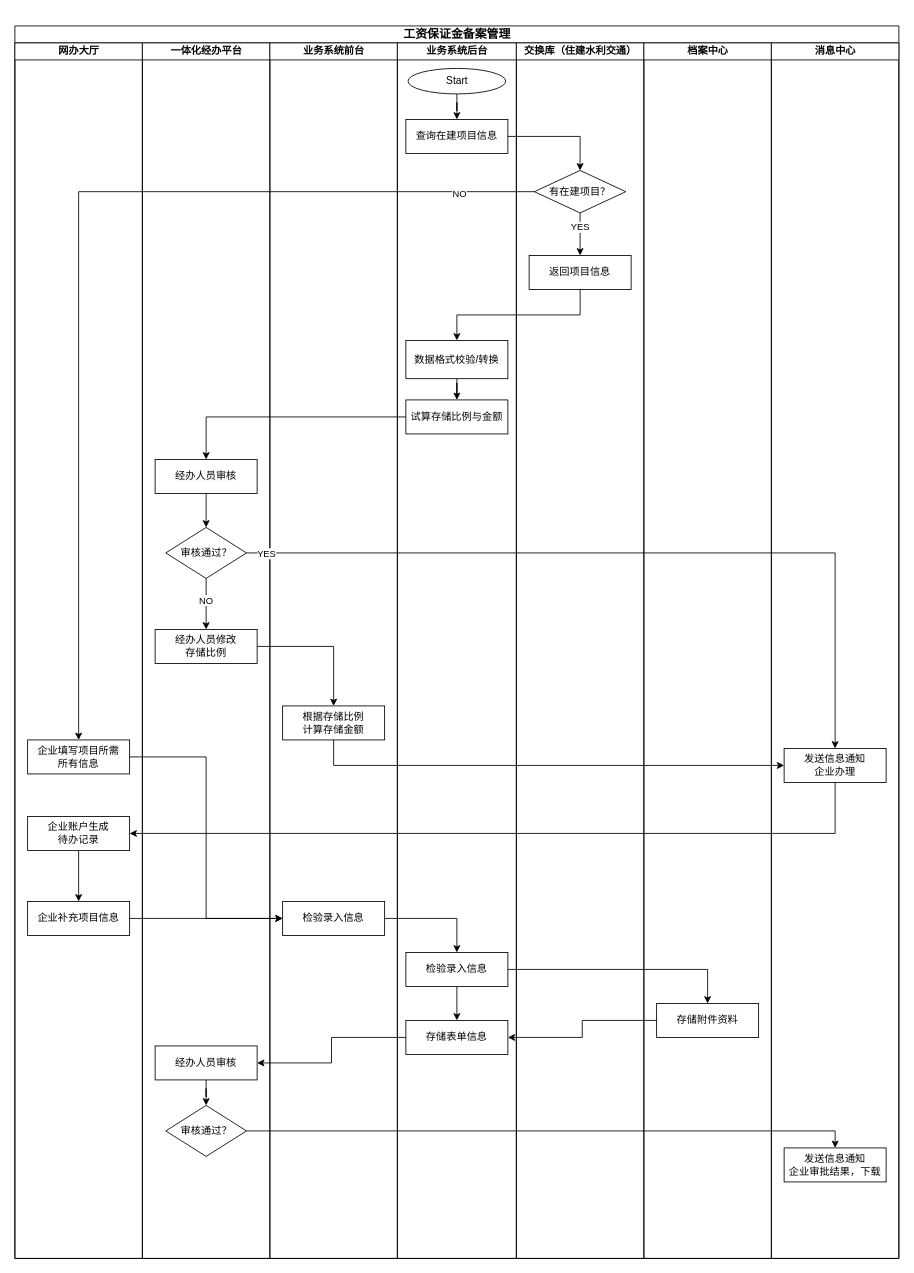
Above: 农民工工资保证金.drawio in coderjbin/drawio (draw.io), before the change. Source tidied: cells renumbered, new cells numbered last; positions are measured from the earlier drawing's top-left corner, leaving out a move shared by most shapes. Both pictures are drawn from the tidied source at 85%, with x=0, y=0 at pixel (14, 26).
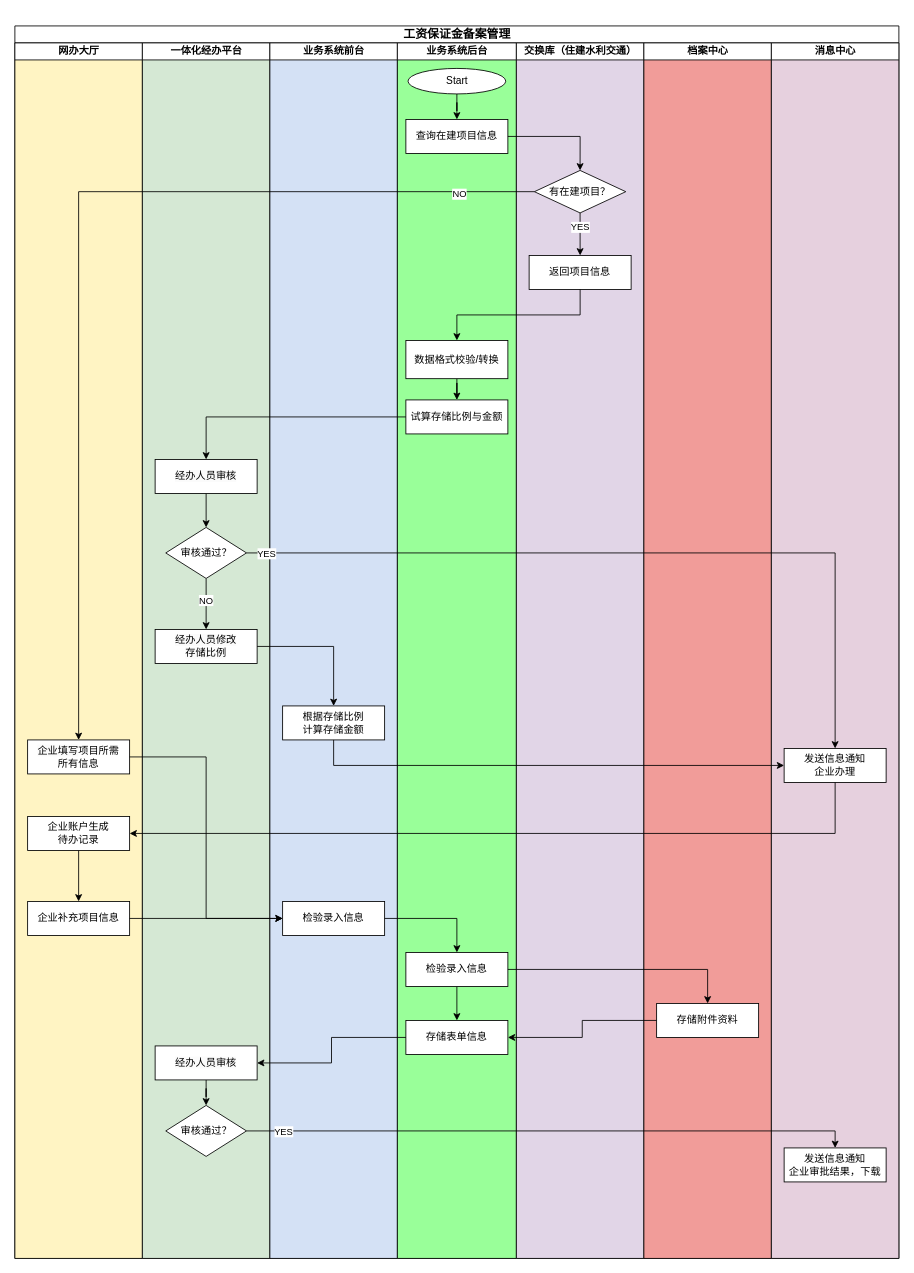
The same diagram, later.

Commit message:
更新农民工工资保证金.drawio

The change refers to these unchanged cells:
```xml
<mxCell id="60" style="edgeStyle=orthogonalEdgeStyle;rounded=0;jettySize=auto;html=1;entryX=0.5;entryY=0;entryDx=0;entryDy=0;" parent="2" edge="1" source="20" target="43">
  <mxGeometry relative="1" as="geometry" />
</mxCell>
```

The edit, as a diff of the source:
```diff
@@
-    <mxCell id="2" value="&lt;h3&gt;&lt;p class=&quot;MsoNormal&quot;&gt;&lt;span style=&quot;mso-spacerun:'yes';font-family:宋体;mso-ascii-font-family:Calibri;&lt;br/&gt;mso-hansi-font-family:Calibri;mso-bidi-font-family:'Times New Roman';font-size:10.5000pt;&lt;br/&gt;mso-font-kerning:1.0000pt;&quot;&gt;工资保证金备案管理&lt;/span&gt;&lt;/p&gt;&lt;/h3&gt;" style="swimlane;startSize=20;html=1;" parent="1" vertex="1">
+    <mxCell id="2" value="&lt;h3&gt;&lt;p class=&quot;MsoNormal&quot;&gt;&lt;span style=&quot;mso-spacerun:'yes';font-family:宋体;mso-ascii-font-family:Calibri;&lt;br/&gt;mso-hansi-font-family:Calibri;mso-bidi-font-family:'Times New Roman';font-size:10.5000pt;&lt;br/&gt;mso-font-kerning:1.0000pt;&quot;&gt;工资保证金备案管理&lt;/span&gt;&lt;/p&gt;&lt;/h3&gt;" style="swimlane;startSize=20;html=1;swimlaneFillColor=default;" parent="1" vertex="1">
       <mxGeometry width="1040" height="1450" as="geometry" />
     </mxCell>
-    <mxCell id="3" value="网办大厅" style="swimlane;startSize=20;html=1;" parent="2" vertex="1">
+    <mxCell id="3" value="网办大厅" style="swimlane;startSize=20;html=1;swimlaneFillColor=#FFF4C3;" parent="2" vertex="1">
       <mxGeometry y="20" width="150" height="1430" as="geometry" />
     </mxCell>
@@
-    <mxCell id="11" value="一体化经办平台" style="swimlane;startSize=20;html=1;" parent="2" vertex="1">
+    <mxCell id="11" value="一体化经办平台" style="swimlane;startSize=20;html=1;swimlaneFillColor=#D5E8D4;" parent="2" vertex="1">
       <mxGeometry x="150" y="20" width="150" height="1430" as="geometry" />
     </mxCell>
@@
-    <mxCell id="21" value="业务系统前台" style="swimlane;startSize=20;html=1;" parent="2" vertex="1">
+    <mxCell id="21" value="业务系统前台" style="swimlane;startSize=20;html=1;swimlaneFillColor=#D4E1F5;" parent="2" vertex="1">
       <mxGeometry x="300" y="20" width="150" height="1430" as="geometry" />
     </mxCell>
@@
-    <mxCell id="24" value="业务系统后台" style="swimlane;startSize=20;html=1;" parent="2" vertex="1">
+    <mxCell id="24" value="业务系统后台" style="swimlane;startSize=20;html=1;swimlaneFillColor=#99FF99;" parent="2" vertex="1">
       <mxGeometry x="450" y="20" width="140" height="1430" as="geometry" />
     </mxCell>
@@
-    <mxCell id="34" value="交换库（住建水利交通）" style="swimlane;startSize=20;html=1;" parent="2" vertex="1">
+    <mxCell id="34" value="交换库（住建水利交通）" style="swimlane;startSize=20;html=1;swimlaneFillColor=#E1D5E7;" parent="2" vertex="1">
       <mxGeometry x="590" y="20" width="150" height="1430" as="geometry" />
     </mxCell>
@@
-    <mxCell id="39" value="档案中心" style="swimlane;startSize=20;html=1;" parent="2" vertex="1">
+    <mxCell id="39" value="档案中心" style="swimlane;startSize=20;html=1;swimlaneFillColor=#F19C99;" parent="2" vertex="1">
       <mxGeometry x="740" y="20" width="150" height="1430" as="geometry" />
     </mxCell>
@@
-    <mxCell id="41" value="消息中心" style="swimlane;startSize=20;html=1;" parent="2" vertex="1">
+    <mxCell id="41" value="消息中心" style="swimlane;startSize=20;html=1;swimlaneFillColor=#E6D0DE;" parent="2" vertex="1">
       <mxGeometry x="890" y="20" width="150" height="1430" as="geometry" />
     </mxCell>
@@
+    <mxCell id="61" value="YES" style="edgeLabel;html=1;align=center;verticalAlign=middle;" parent="60" vertex="1">
+      <mxGeometry x="-0.88" relative="1" as="geometry" />
+    </mxCell>
```
